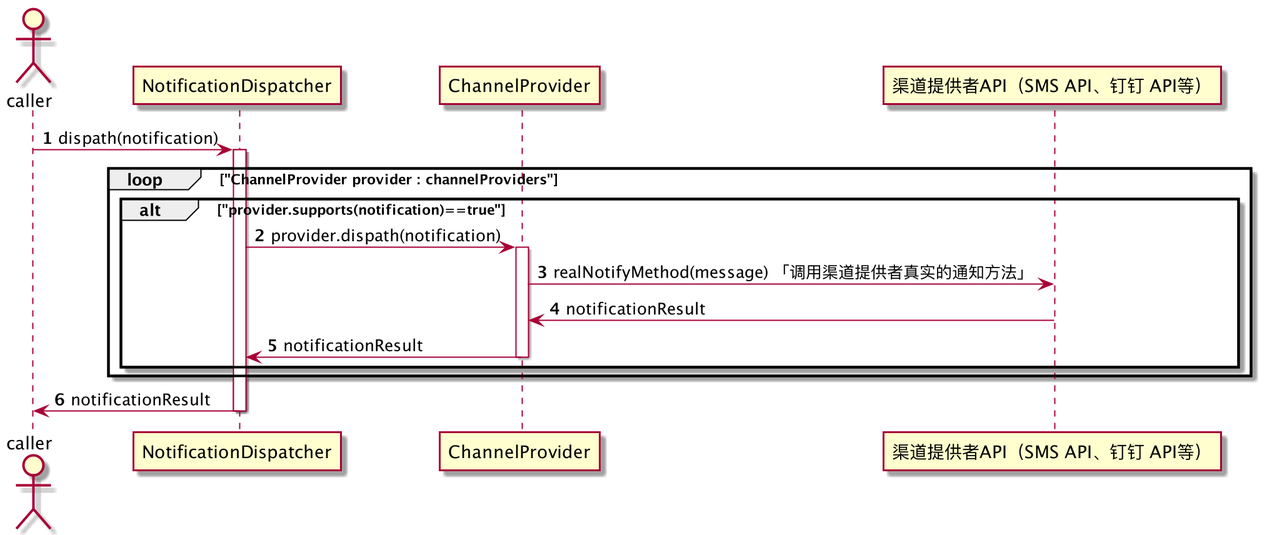
JL-Code/thinking-in-java keeps this PlantUML diagram as mnc-poc/doc/MNC-Swquence.png. Above is the earlier version.
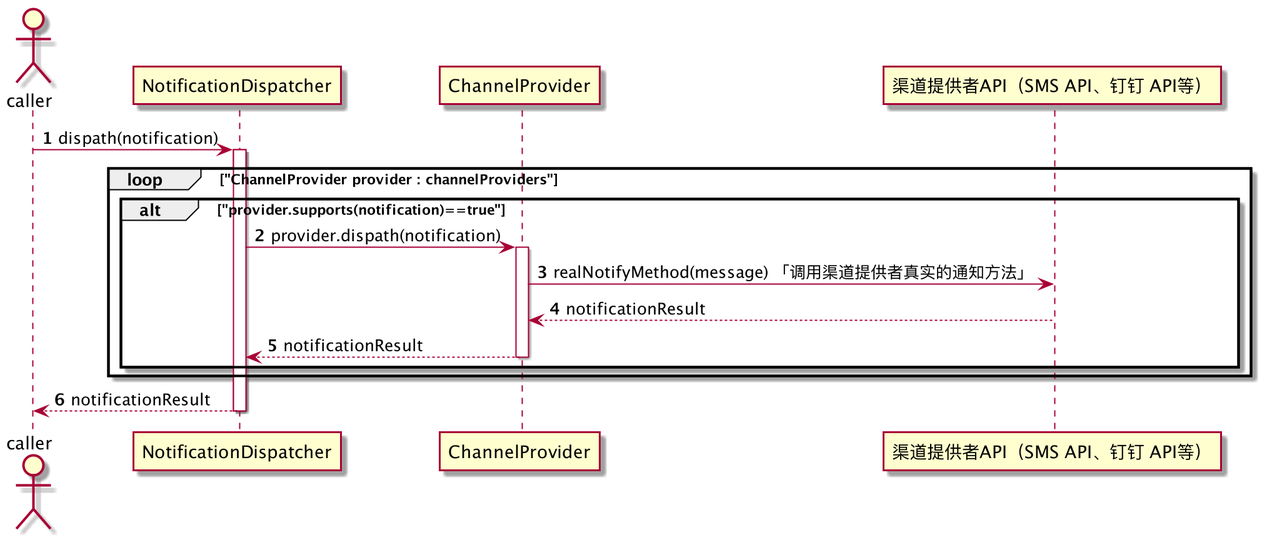
After the change.

Diff of the diagram source:
```diff
@@ -12,14 +12,14 @@
     NotificationDispatcher->ChannelProvider:provider.dispath(notification)
     activate ChannelProvider
     ChannelProvider->"渠道提供者API（SMS API、钉钉 API等）":realNotifyMethod(message) 「调用渠道提供者真实的通知方法」
-    "渠道提供者API（SMS API、钉钉 API等）"->ChannelProvider:notificationResult
-    ChannelProvider->NotificationDispatcher:notificationResult
+    "渠道提供者API（SMS API、钉钉 API等）"-->ChannelProvider:notificationResult
+    ChannelProvider-->NotificationDispatcher:notificationResult
     deactivate ChannelProvider
 end
 
 end
 
-NotificationDispatcher -> caller: notificationResult
+NotificationDispatcher --> caller: notificationResult
 deactivate NotificationDispatcher
 
 @enduml
```
